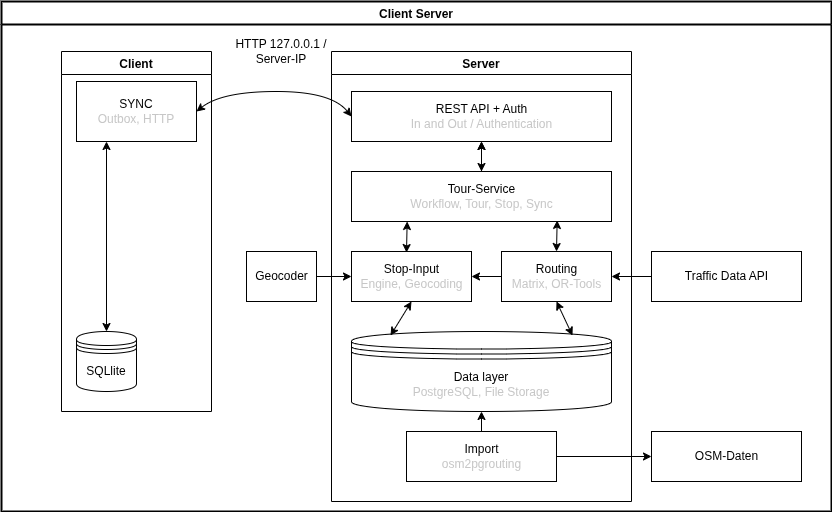
This is docs/architecture/data-architecture.drawio.png from gabrielbindi/VoBi-Tour, a draw.io export, as it was before one commit. Source tidied: cells renumbered, new cells last; positions are measured from the earlier drawing's top-left corner, leaving out a move shared by most shapes.
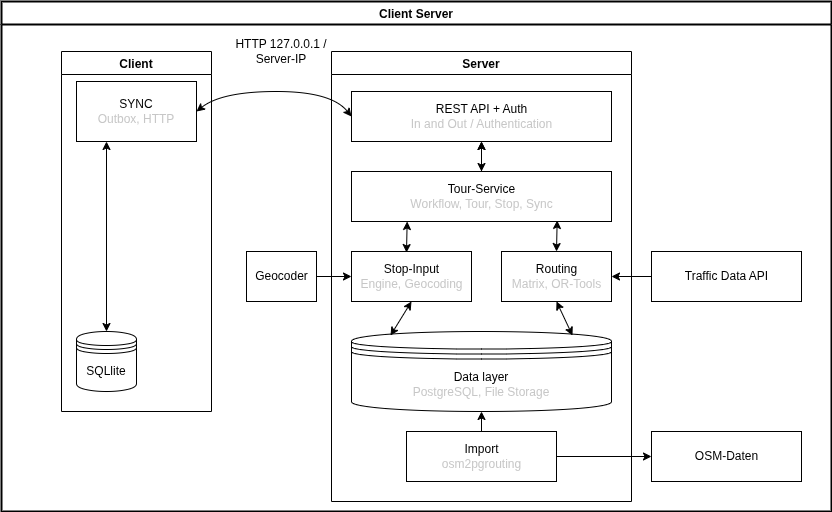
Later version of the same file.

Diff of the diagram source:
```diff
@@ -11,9 +11,6 @@
     <mxCell id="4" value="REST API + Auth&lt;br&gt;&lt;font color=&quot;#c7c7c7&quot;&gt;In and Out / Authentication&lt;/font&gt;" style="html=1;" parent="3" vertex="1">
       <mxGeometry x="20" y="40" width="260" height="50" as="geometry" />
     </mxCell>
-    <mxCell id="5" style="edgeStyle=none;html=1;strokeColor=#000000;fontColor=#C7C7C7;endArrow=classic;endFill=1;" parent="3" edge="1" source="6" target="15">
-      <mxGeometry relative="1" as="geometry" />
-    </mxCell>
     <mxCell id="6" value="Routing&lt;br&gt;&lt;font color=&quot;#c7c7c7&quot;&gt;Matrix, OR-Tools&lt;/font&gt;" style="html=1;" parent="3" vertex="1">
       <mxGeometry x="170" y="200" width="110" height="50" as="geometry" />
     </mxCell>
```
